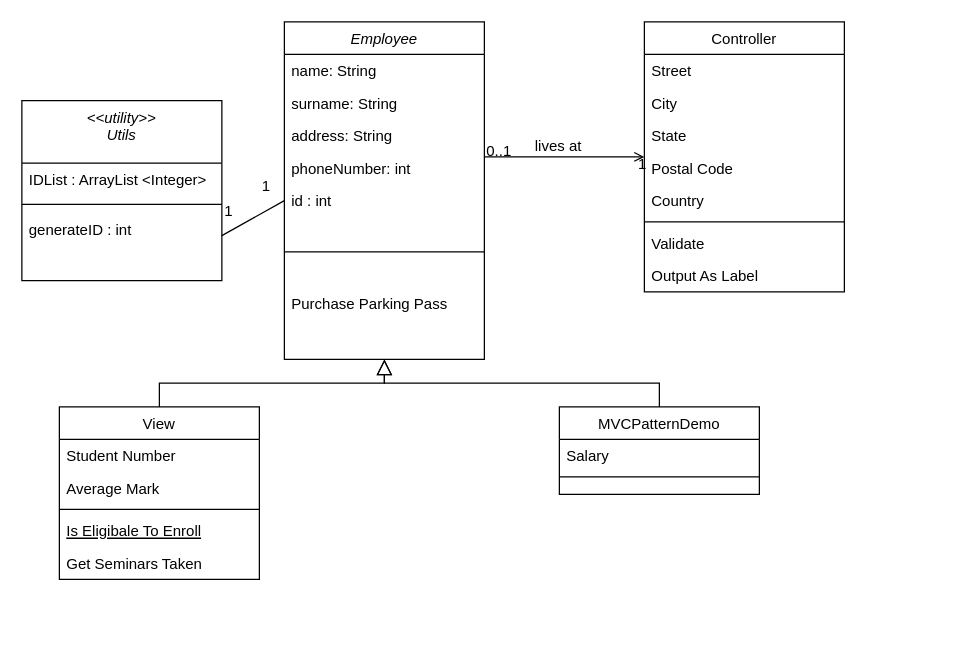
Above: SoftCon2020_Assignment_6/CompanySystem/UML/UML.drawio in HuberNicolas/swc-group38 (draw.io), before the change. Source tidied: cells renumbered, new cells numbered last; positions are measured from the earlier drawing's top-left corner, leaving out a move shared by most shapes. Both pictures are drawn from the tidied source at 125%, with x=0, y=0 at pixel (21, 21).
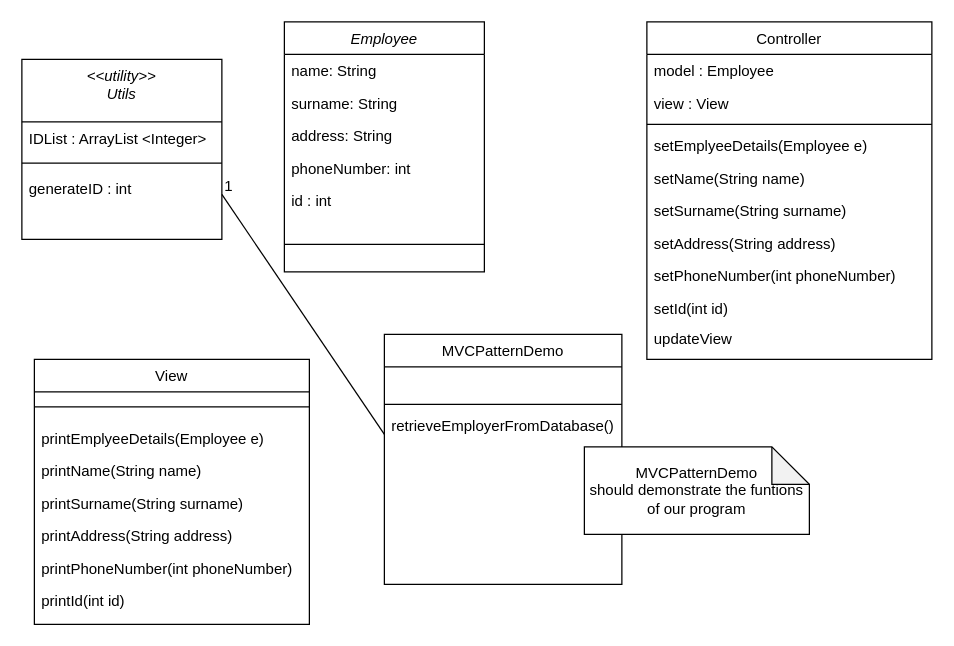
After the change.

Unchanged cells that the change refers to:
```xml
<mxCell id="7" value="id : int" style="text;align=left;verticalAlign=top;spacingLeft=4;spacingRight=4;overflow=hidden;points=[[0,0.5],[1,0.5]];portConstraint=eastwest;rounded=0;shadow=0;html=0;" parent="2" vertex="1">
  <mxGeometry y="130" width="160" height="26" as="geometry" />
</mxCell>
<mxCell id="37" value="generateID : int" style="text;align=left;verticalAlign=top;spacingLeft=4;spacingRight=4;overflow=hidden;points=[[0,0.5],[1,0.5]];portConstraint=eastwest;" parent="34" vertex="1">
  <mxGeometry y="90" width="160" height="54" as="geometry" />
</mxCell>
```

The edit, as a diff of the source:
```diff
@@
     <mxCell id="2" value="Employee" style="swimlane;fontStyle=2;align=center;verticalAlign=top;horizontal=1;startSize=26;rounded=0;shadow=0;strokeWidth=1;" parent="1" vertex="1">
-      <mxGeometry x="210" width="160" height="270" as="geometry" />
+      <mxGeometry x="210" width="160" height="200" as="geometry" />
     </mxCell>
@@
     <mxCell id="8" style="line;html=1;strokeWidth=1;align=left;verticalAlign=middle;spacingTop=-1;spacingLeft=3;spacingRight=3;labelPosition=right;" parent="2" vertex="1">
-      <mxGeometry y="156" width="160" height="56" as="geometry" />
+      <mxGeometry y="156" width="160" height="44" as="geometry" />
     </mxCell>
-    <mxCell id="9" value="Purchase Parking Pass" style="text;align=left;verticalAlign=top;spacingLeft=4;spacingRight=4;overflow=hidden;" parent="2" vertex="1">
-      <mxGeometry y="212" width="160" height="58" as="geometry" />
-    </mxCell>
     <mxCell id="10" value="View" style="swimlane;fontStyle=0;align=center;verticalAlign=top;horizontal=1;startSize=26;rounded=0;shadow=0;strokeWidth=1;" parent="1" vertex="1">
-      <mxGeometry x="30" y="308" width="160" height="138" as="geometry" />
+      <mxGeometry x="10" y="270" width="220" height="212" as="geometry" />
     </mxCell>
-    <mxCell id="11" value="Student Number" style="text;align=left;verticalAlign=top;spacingLeft=4;spacingRight=4;overflow=hidden;" parent="10" vertex="1">
-      <mxGeometry y="26" width="160" height="26" as="geometry" />
-    </mxCell>
-    <mxCell id="12" value="Average Mark" style="text;align=left;verticalAlign=top;spacingLeft=4;spacingRight=4;overflow=hidden;rounded=0;shadow=0;html=0;" parent="10" vertex="1">
-      <mxGeometry y="52" width="160" height="26" as="geometry" />
-    </mxCell>
     <mxCell id="13" style="line;html=1;strokeWidth=1;align=left;verticalAlign=middle;spacingTop=-1;spacingLeft=3;spacingRight=3;labelPosition=right;" parent="10" vertex="1">
-      <mxGeometry y="78" width="160" height="8" as="geometry" />
+      <mxGeometry y="26" width="220" height="24" as="geometry" />
     </mxCell>
-    <mxCell id="14" value="Is Eligibale To Enroll" style="text;align=left;verticalAlign=top;spacingLeft=4;spacingRight=4;overflow=hidden;fontStyle=4;" parent="10" vertex="1">
-      <mxGeometry y="86" width="160" height="26" as="geometry" />
-    </mxCell>
-    <mxCell id="15" value="Get Seminars Taken" style="text;align=left;verticalAlign=top;spacingLeft=4;spacingRight=4;overflow=hidden;" parent="10" vertex="1">
-      <mxGeometry y="112" width="160" height="26" as="geometry" />
-    </mxCell>
-    <mxCell id="16" style="endArrow=block;endSize=10;endFill=0;shadow=0;strokeWidth=1;rounded=0;edgeStyle=elbowEdgeStyle;elbow=vertical;" parent="1" edge="1" source="10" target="2">
-      <mxGeometry relative="1" as="geometry" />
-    </mxCell>
+    <mxCell id="41" value="printEmplyeeDetails(Employee e)" style="text;align=left;verticalAlign=top;spacingLeft=4;spacingRight=4;overflow=hidden;" parent="10" vertex="1">
+      <mxGeometry y="50" width="220" height="26" as="geometry" />
+    </mxCell>
+    <mxCell id="42" value="printName(String name)" style="text;align=left;verticalAlign=top;spacingLeft=4;spacingRight=4;overflow=hidden;" parent="10" vertex="1">
+      <mxGeometry y="76" width="220" height="26" as="geometry" />
+    </mxCell>
+    <mxCell id="43" value="printSurname(String surname)" style="text;align=left;verticalAlign=top;spacingLeft=4;spacingRight=4;overflow=hidden;" parent="10" vertex="1">
+      <mxGeometry y="102" width="220" height="26" as="geometry" />
+    </mxCell>
+    <mxCell id="44" value="printAddress(String address)" style="text;align=left;verticalAlign=top;spacingLeft=4;spacingRight=4;overflow=hidden;" parent="10" vertex="1">
+      <mxGeometry y="128" width="220" height="26" as="geometry" />
+    </mxCell>
+    <mxCell id="45" value="printPhoneNumber(int phoneNumber)" style="text;align=left;verticalAlign=top;spacingLeft=4;spacingRight=4;overflow=hidden;" parent="10" vertex="1">
+      <mxGeometry y="154" width="220" height="26" as="geometry" />
+    </mxCell>
+    <mxCell id="46" value="printId(int id)" style="text;align=left;verticalAlign=top;spacingLeft=4;spacingRight=4;overflow=hidden;" parent="10" vertex="1">
+      <mxGeometry y="180" width="220" height="26" as="geometry" />
+    </mxCell>
     <mxCell id="17" value="MVCPatternDemo" style="swimlane;fontStyle=0;align=center;verticalAlign=top;horizontal=1;startSize=26;rounded=0;shadow=0;strokeWidth=1;" parent="1" vertex="1">
-      <mxGeometry x="430" y="308" width="160" height="70" as="geometry" />
+      <mxGeometry x="290" y="250" width="190" height="200" as="geometry" />
     </mxCell>
-    <mxCell id="18" value="Salary" style="text;align=left;verticalAlign=top;spacingLeft=4;spacingRight=4;overflow=hidden;" parent="17" vertex="1">
-      <mxGeometry y="26" width="160" height="26" as="geometry" />
+    <mxCell id="18" value=" " style="text;align=left;verticalAlign=top;spacingLeft=4;spacingRight=4;overflow=hidden;" parent="17" vertex="1">
+      <mxGeometry y="26" width="190" height="26" as="geometry" />
     </mxCell>
     <mxCell id="19" style="line;html=1;strokeWidth=1;align=left;verticalAlign=middle;spacingTop=-1;spacingLeft=3;spacingRight=3;labelPosition=right;" parent="17" vertex="1">
-      <mxGeometry y="52" width="160" height="8" as="geometry" />
+      <mxGeometry y="52" width="190" height="8" as="geometry" />
     </mxCell>
-    <mxCell id="20" style="endArrow=block;endSize=10;endFill=0;shadow=0;strokeWidth=1;rounded=0;edgeStyle=elbowEdgeStyle;elbow=vertical;" parent="1" edge="1" source="17" target="2">
-      <mxGeometry relative="1" as="geometry" />
-    </mxCell>
+    <mxCell id="47" value="retrieveEmployerFromDatabase()" style="text;align=left;verticalAlign=top;spacingLeft=4;spacingRight=4;overflow=hidden;points=[[0,0.5],[1,0.5]];portConstraint=eastwest;" parent="17" vertex="1">
+      <mxGeometry y="60" width="190" height="40" as="geometry" />
+    </mxCell>
     <mxCell id="21" value="Controller" style="swimlane;fontStyle=0;align=center;verticalAlign=top;horizontal=1;startSize=26;rounded=0;shadow=0;strokeWidth=1;" parent="1" vertex="1">
-      <mxGeometry x="498" width="160" height="216" as="geometry" />
+      <mxGeometry x="500" width="228" height="270" as="geometry" />
     </mxCell>
-    <mxCell id="22" value="Street" style="text;align=left;verticalAlign=top;spacingLeft=4;spacingRight=4;overflow=hidden;" parent="21" vertex="1">
-      <mxGeometry y="26" width="160" height="26" as="geometry" />
+    <mxCell id="22" value="model : Employee" style="text;align=left;verticalAlign=top;spacingLeft=4;spacingRight=4;overflow=hidden;" parent="21" vertex="1">
+      <mxGeometry y="26" width="228" height="26" as="geometry" />
     </mxCell>
-    <mxCell id="23" value="City" style="text;align=left;verticalAlign=top;spacingLeft=4;spacingRight=4;overflow=hidden;rounded=0;shadow=0;html=0;" parent="21" vertex="1">
-      <mxGeometry y="52" width="160" height="26" as="geometry" />
+    <mxCell id="23" value="view : View" style="text;align=left;verticalAlign=top;spacingLeft=4;spacingRight=4;overflow=hidden;rounded=0;shadow=0;html=0;" parent="21" vertex="1">
+      <mxGeometry y="52" width="228" height="26" as="geometry" />
     </mxCell>
-    <mxCell id="24" value="State" style="text;align=left;verticalAlign=top;spacingLeft=4;spacingRight=4;overflow=hidden;rounded=0;shadow=0;html=0;" parent="21" vertex="1">
-      <mxGeometry y="78" width="160" height="26" as="geometry" />
-    </mxCell>
-    <mxCell id="25" value="Postal Code" style="text;align=left;verticalAlign=top;spacingLeft=4;spacingRight=4;overflow=hidden;rounded=0;shadow=0;html=0;" parent="21" vertex="1">
-      <mxGeometry y="104" width="160" height="26" as="geometry" />
-    </mxCell>
-    <mxCell id="26" value="Country" style="text;align=left;verticalAlign=top;spacingLeft=4;spacingRight=4;overflow=hidden;rounded=0;shadow=0;html=0;" parent="21" vertex="1">
-      <mxGeometry y="130" width="160" height="26" as="geometry" />
-    </mxCell>
     <mxCell id="27" style="line;html=1;strokeWidth=1;align=left;verticalAlign=middle;spacingTop=-1;spacingLeft=3;spacingRight=3;labelPosition=right;" parent="21" vertex="1">
-      <mxGeometry y="156" width="160" height="8" as="geometry" />
+      <mxGeometry y="78" width="228" height="8" as="geometry" />
     </mxCell>
-    <mxCell id="28" value="Validate" style="text;align=left;verticalAlign=top;spacingLeft=4;spacingRight=4;overflow=hidden;" parent="21" vertex="1">
-      <mxGeometry y="164" width="160" height="26" as="geometry" />
-    </mxCell>
-    <mxCell id="29" value="Output As Label" style="text;align=left;verticalAlign=top;spacingLeft=4;spacingRight=4;overflow=hidden;" parent="21" vertex="1">
-      <mxGeometry y="190" width="160" height="26" as="geometry" />
-    </mxCell>
-    <mxCell id="30" style="endArrow=open;shadow=0;strokeWidth=1;rounded=0;endFill=1;edgeStyle=elbowEdgeStyle;elbow=vertical;" parent="1" edge="1" source="2" target="21">
-      <mxGeometry x="0.5" y="41" relative="1" as="geometry">
-        <mxPoint x="-40" y="32" as="offset" />
-      </mxGeometry>
-    </mxCell>
-    <mxCell id="31" value="0..1" style="align=left;verticalAlign=bottom;labelBackgroundColor=none;fontSize=12;" parent="30" vertex="1">
-      <mxGeometry x="-1" relative="1" as="geometry">
-        <mxPoint y="4" as="offset" />
-      </mxGeometry>
-    </mxCell>
-    <mxCell id="32" value="1" style="align=right;verticalAlign=bottom;labelBackgroundColor=none;fontSize=12;" parent="30" vertex="1">
-      <mxGeometry x="1" relative="1" as="geometry">
-        <mxPoint x="-298" y="32" as="offset" />
-      </mxGeometry>
-    </mxCell>
-    <mxCell id="33" value="lives at" style="text;html=1;align=center;verticalAlign=middle;labelBackgroundColor=none;rounded=0;shadow=0;strokeWidth=1;fontSize=12;" parent="30" vertex="1">
-      <mxGeometry x="0.5" y="49" relative="1" as="geometry">
-        <mxPoint x="-38" y="40" as="offset" />
-      </mxGeometry>
-    </mxCell>
+    <mxCell id="48" value="setEmplyeeDetails(Employee e)" style="text;align=left;verticalAlign=top;spacingLeft=4;spacingRight=4;overflow=hidden;" parent="21" vertex="1">
+      <mxGeometry y="86" width="228" height="26" as="geometry" />
+    </mxCell>
+    <mxCell id="49" value="setName(String name)" style="text;align=left;verticalAlign=top;spacingLeft=4;spacingRight=4;overflow=hidden;" parent="21" vertex="1">
+      <mxGeometry y="112" width="228" height="26" as="geometry" />
+    </mxCell>
+    <mxCell id="50" value="setSurname(String surname)" style="text;align=left;verticalAlign=top;spacingLeft=4;spacingRight=4;overflow=hidden;" parent="21" vertex="1">
+      <mxGeometry y="138" width="228" height="26" as="geometry" />
+    </mxCell>
+    <mxCell id="51" value="setAddress(String address)" style="text;align=left;verticalAlign=top;spacingLeft=4;spacingRight=4;overflow=hidden;" parent="21" vertex="1">
+      <mxGeometry y="164" width="228" height="26" as="geometry" />
+    </mxCell>
+    <mxCell id="52" value="setPhoneNumber(int phoneNumber)" style="text;align=left;verticalAlign=top;spacingLeft=4;spacingRight=4;overflow=hidden;" parent="21" vertex="1">
+      <mxGeometry y="190" width="228" height="26" as="geometry" />
+    </mxCell>
+    <mxCell id="53" value="setId(int id)" style="text;align=left;verticalAlign=top;spacingLeft=4;spacingRight=4;overflow=hidden;" parent="21" vertex="1">
+      <mxGeometry y="216" width="228" height="24" as="geometry" />
+    </mxCell>
+    <mxCell id="54" value="updateView" style="text;align=left;verticalAlign=top;spacingLeft=4;spacingRight=4;overflow=hidden;" parent="21" vertex="1">
+      <mxGeometry y="240" width="228" height="24" as="geometry" />
+    </mxCell>
     <mxCell id="34" value="&lt;&lt;utility&gt;&gt;&#10;Utils" style="swimlane;fontStyle=2;align=center;verticalAlign=top;horizontal=1;startSize=50;rounded=0;shadow=0;strokeWidth=1;" parent="1" vertex="1">
-      <mxGeometry y="63" width="160" height="144" as="geometry" />
+      <mxGeometry y="30" width="160" height="144" as="geometry" />
     </mxCell>
@@
-    <mxCell id="38" style="endArrow=none;html=1;entryX=0;entryY=0.5;entryDx=0;entryDy=0;exitX=1;exitY=0.333;exitDx=0;exitDy=0;exitPerimeter=0;" parent="1" edge="1" source="37" target="7">
+    <mxCell id="38" style="endArrow=none;html=1;entryX=0;entryY=0.5;entryDx=0;entryDy=0;exitX=1;exitY=0.333;exitDx=0;exitDy=0;exitPerimeter=0;" parent="1" edge="1" source="37" target="47">
       <mxGeometry relative="1" as="geometry" />
     </mxCell>
-    <mxCell id="39" value="1" style="align=right;verticalAlign=bottom;labelBackgroundColor=none;fontSize=12;" parent="1" vertex="1">
-      <mxGeometry x="501" y="122" as="geometry" />
-    </mxCell>
     <mxCell id="40" value="1" style="align=right;verticalAlign=bottom;labelBackgroundColor=none;fontSize=12;" parent="1" vertex="1">
-      <mxGeometry x="170" y="160" as="geometry" />
+      <mxGeometry x="170" y="140" as="geometry" />
     </mxCell>
+    <mxCell id="55" value="MVCPatternDemo&lt;br&gt;should demonstrate the funtions&lt;br&gt;of our program" style="shape=note;whiteSpace=wrap;html=1;backgroundOutline=1;darkOpacity=0.05;" parent="1" vertex="1">
+      <mxGeometry x="450" y="340" width="180" height="70" as="geometry" />
+    </mxCell>
```
